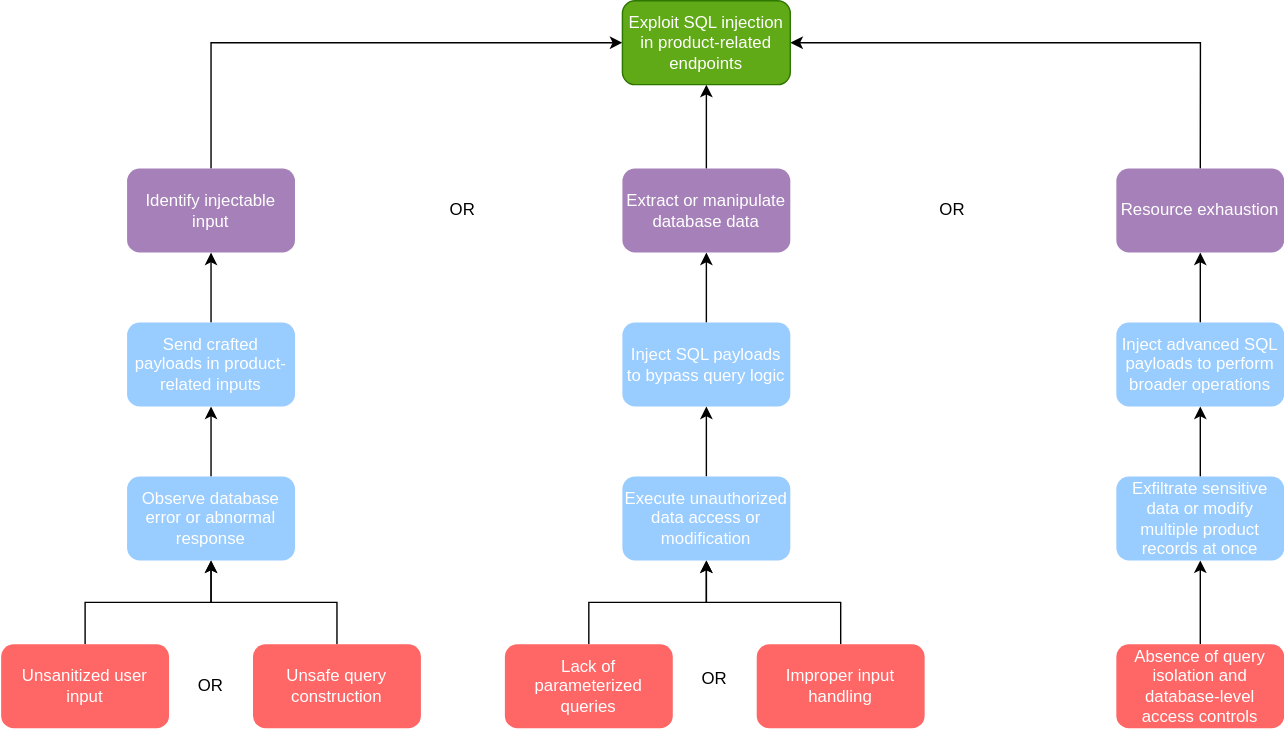
This is docs/attack-trees/joao1220663/svg/Code_Injection_Product_Attack_Tree.drawio.svg from mei-desofs/desofs2026-thu_crr_1, a draw.io export, as it was before one commit. Source tidied: cells renumbered, new cells last; positions are measured from the earlier drawing's top-left corner, leaving out a move shared by most shapes.
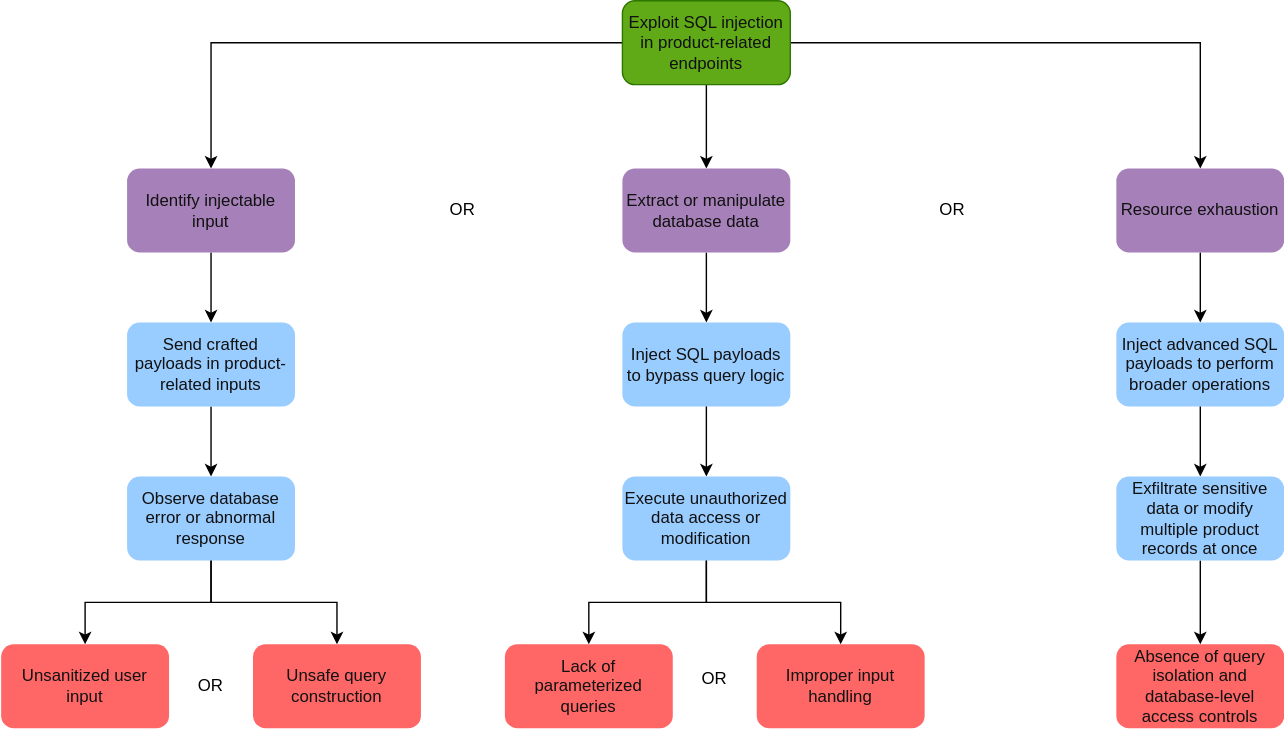
Above is the later version.

What changed in the source:
```diff
@@ -2,70 +2,68 @@
   <root>
     <mxCell id="0" />
     <mxCell id="1" parent="0" />
-    <mxCell id="2" style="edgeStyle=orthogonalEdgeStyle;rounded=0;jettySize=auto;html=1;exitX=0.5;exitY=0;exitDx=0;exitDy=0;entryX=0;entryY=0.5;entryDx=0;entryDy=0;" parent="1" edge="1" source="10" target="9">
+    <mxCell id="2" style="edgeStyle=orthogonalEdgeStyle;rounded=0;jettySize=auto;html=1;exitX=0;exitY=0.5;exitDx=0;exitDy=0;entryX=0.5;entryY=0;entryDx=0;entryDy=0;" parent="1" edge="1" source="9" target="10">
       <mxGeometry relative="1" as="geometry">
         <Array as="points">
           <mxPoint x="150" y="30" />
         </Array>
       </mxGeometry>
     </mxCell>
-    <mxCell id="3" style="edgeStyle=orthogonalEdgeStyle;rounded=0;jettySize=auto;html=1;exitX=0.5;exitY=0;exitDx=0;exitDy=0;entryX=0.5;entryY=1;entryDx=0;entryDy=0;" parent="1" edge="1" source="11" target="9">
+    <mxCell id="3" style="edgeStyle=orthogonalEdgeStyle;rounded=0;jettySize=auto;html=1;exitX=0.5;exitY=1;exitDx=0;exitDy=0;entryX=0.5;entryY=0;entryDx=0;entryDy=0;" parent="1" edge="1" source="9" target="11">
       <mxGeometry relative="1" as="geometry" />
     </mxCell>
-    <mxCell id="4" style="edgeStyle=orthogonalEdgeStyle;rounded=0;jettySize=auto;html=1;exitX=0.5;exitY=0;exitDx=0;exitDy=0;entryX=1;entryY=0.5;entryDx=0;entryDy=0;" parent="1" edge="1" source="12" target="9">
+    <mxCell id="4" style="edgeStyle=orthogonalEdgeStyle;rounded=0;jettySize=auto;html=1;exitX=1;exitY=0.5;exitDx=0;exitDy=0;entryX=0.5;entryY=0;entryDx=0;entryDy=0;" parent="1" edge="1" source="9" target="12">
       <mxGeometry relative="1" as="geometry" />
     </mxCell>
-    <mxCell id="5" style="edgeStyle=orthogonalEdgeStyle;rounded=0;jettySize=auto;html=1;exitX=0.5;exitY=0;exitDx=0;exitDy=0;" parent="1" edge="1" source="13">
-      <mxGeometry relative="1" as="geometry">
-        <mxPoint x="150" y="180" as="targetPoint" />
-      </mxGeometry>
+    <mxCell id="5" style="edgeStyle=orthogonalEdgeStyle;rounded=0;jettySize=auto;html=1;exitX=0.5;exitY=1;exitDx=0;exitDy=0;entryX=0.5;entryY=0;entryDx=0;entryDy=0;" parent="1" edge="1" source="10" target="13">
+      <mxGeometry relative="1" as="geometry" />
     </mxCell>
-    <mxCell id="6" style="edgeStyle=orthogonalEdgeStyle;rounded=0;jettySize=auto;html=1;exitX=0.5;exitY=0;exitDx=0;exitDy=0;entryX=0.5;entryY=1;entryDx=0;entryDy=0;exitPerimeter=0;" parent="1" edge="1" source="24" target="13">
+    <mxCell id="6" style="edgeStyle=orthogonalEdgeStyle;rounded=0;jettySize=auto;html=1;exitX=0.5;exitY=1;exitDx=0;exitDy=0;entryX=0.5;entryY=0;entryDx=0;entryDy=0;" parent="1" edge="1" source="13" target="24">
       <mxGeometry relative="1" as="geometry" />
     </mxCell>
-    <mxCell id="7" style="edgeStyle=orthogonalEdgeStyle;rounded=0;jettySize=auto;html=1;exitX=0.5;exitY=0;exitDx=0;exitDy=0;entryX=0.5;entryY=1;entryDx=0;entryDy=0;" parent="1" edge="1" source="14" target="11">
+    <mxCell id="7" style="edgeStyle=orthogonalEdgeStyle;rounded=0;jettySize=auto;html=1;exitX=0.5;exitY=1;exitDx=0;exitDy=0;entryX=0.5;entryY=0;entryDx=0;entryDy=0;" parent="1" edge="1" source="11" target="14">
       <mxGeometry relative="1" as="geometry" />
     </mxCell>
-    <mxCell id="8" style="edgeStyle=orthogonalEdgeStyle;rounded=0;jettySize=auto;html=1;exitX=0.5;exitY=0;exitDx=0;exitDy=0;entryX=0.5;entryY=1;entryDx=0;entryDy=0;" parent="1" edge="1" source="15" target="12">
+    <mxCell id="8" style="edgeStyle=orthogonalEdgeStyle;rounded=0;jettySize=auto;html=1;exitX=0.5;exitY=1;exitDx=0;exitDy=0;entryX=0.5;entryY=0;entryDx=0;entryDy=0;" parent="1" edge="1" source="12" target="15">
       <mxGeometry relative="1" as="geometry" />
     </mxCell>
-    <mxCell id="9" value="Exploit SQL injection in product-related endpoints" style="rounded=1;whiteSpace=wrap;html=1;fillColor=#60a917;fontColor=#ffffff;strokeColor=#2D7600;" parent="1" vertex="1">
+    <mxCell id="9" value="Exploit SQL injection in product-related endpoints" style="rounded=1;whiteSpace=wrap;html=1;fillColor=#60a917;fontColor=#111111;strokeColor=#2D7600;" parent="1" vertex="1">
       <mxGeometry x="444" width="120" height="60" as="geometry" />
     </mxCell>
-    <mxCell id="10" value="Identify injectable input" style="rounded=1;whiteSpace=wrap;html=1;fillColor=#A680B8;fontColor=#FFFFFF;strokeColor=none;" parent="1" vertex="1">
+    <mxCell id="10" value="Identify injectable input" style="rounded=1;whiteSpace=wrap;html=1;fillColor=#A680B8;fontColor=#111111;strokeColor=none;" parent="1" vertex="1">
       <mxGeometry x="90" y="120" width="120" height="60" as="geometry" />
     </mxCell>
-    <mxCell id="11" value="Extract or manipulate database data" style="rounded=1;whiteSpace=wrap;html=1;fillColor=#A680B8;fontColor=#FFFFFF;strokeColor=none;" parent="1" vertex="1">
+    <mxCell id="11" value="Extract or manipulate database data" style="rounded=1;whiteSpace=wrap;html=1;fillColor=#A680B8;fontColor=#111111;strokeColor=none;" parent="1" vertex="1">
       <mxGeometry x="444" y="120" width="120" height="60" as="geometry" />
     </mxCell>
-    <mxCell id="12" value="Resource exhaustion" style="rounded=1;whiteSpace=wrap;html=1;fillColor=#A680B8;fontColor=#FFFFFF;strokeColor=none;" parent="1" vertex="1">
+    <mxCell id="12" value="Resource exhaustion" style="rounded=1;whiteSpace=wrap;html=1;fillColor=#A680B8;fontColor=#111111;strokeColor=none;" parent="1" vertex="1">
       <mxGeometry x="797" y="120" width="120" height="60" as="geometry" />
     </mxCell>
-    <mxCell id="13" value="&lt;div style=&quot;&quot;&gt;Send crafted payloads in product-related inputs&lt;/div&gt;" style="rounded=1;whiteSpace=wrap;html=1;fillColor=#99CCFF;align=center;fontColor=#FFFFFF;strokeColor=none;" parent="1" vertex="1">
+    <mxCell id="13" value="&lt;div style=&quot;&quot;&gt;Send crafted payloads in product-related inputs&lt;/div&gt;" style="rounded=1;whiteSpace=wrap;html=1;fillColor=#99CCFF;align=center;fontColor=#111111;strokeColor=none;" parent="1" vertex="1">
       <mxGeometry x="90" y="230" width="120" height="60" as="geometry" />
     </mxCell>
-    <mxCell id="14" value="Inject SQL payloads to bypass query logic" style="rounded=1;whiteSpace=wrap;html=1;fillColor=#99CCFF;fontColor=#FFFFFF;strokeColor=none;" parent="1" vertex="1">
+    <mxCell id="14" value="Inject SQL payloads to bypass query logic" style="rounded=1;whiteSpace=wrap;html=1;fillColor=#99CCFF;fontColor=#111111;strokeColor=none;" parent="1" vertex="1">
       <mxGeometry x="444" y="230" width="120" height="60" as="geometry" />
     </mxCell>
-    <mxCell id="15" value="Inject advanced SQL payloads to perform broader operations" style="rounded=1;whiteSpace=wrap;html=1;fillColor=#99CCFF;fontColor=#FFFFFF;strokeColor=none;" parent="1" vertex="1">
+    <mxCell id="15" value="Inject advanced SQL payloads to perform broader operations" style="rounded=1;whiteSpace=wrap;html=1;fillColor=#99CCFF;fontColor=#111111;strokeColor=none;" parent="1" vertex="1">
       <mxGeometry x="797" y="230" width="120" height="60" as="geometry" />
     </mxCell>
-    <mxCell id="16" style="edgeStyle=orthogonalEdgeStyle;rounded=0;jettySize=auto;html=1;exitX=0.5;exitY=0;exitDx=0;exitDy=0;entryX=0.5;entryY=1;entryDx=0;entryDy=0;" parent="1" edge="1" source="17" target="24">
+    <mxCell id="16" style="edgeStyle=orthogonalEdgeStyle;rounded=0;jettySize=auto;html=1;exitX=0.5;exitY=1;exitDx=0;exitDy=0;entryX=0.5;entryY=0;entryDx=0;entryDy=0;" parent="1" edge="1" source="24" target="17">
       <mxGeometry relative="1" as="geometry" />
     </mxCell>
-    <mxCell id="17" value="Unsanitized user input" style="rounded=1;whiteSpace=wrap;html=1;fillColor=#FF6666;fontColor=#FFFFFF;strokeColor=none;" parent="1" vertex="1">
+    <mxCell id="17" value="Unsanitized user input" style="rounded=1;whiteSpace=wrap;html=1;fillColor=#FF6666;fontColor=#111111;strokeColor=none;" parent="1" vertex="1">
       <mxGeometry y="460" width="120" height="60" as="geometry" />
     </mxCell>
-    <mxCell id="18" style="edgeStyle=orthogonalEdgeStyle;rounded=0;jettySize=auto;html=1;exitX=0.5;exitY=0;exitDx=0;exitDy=0;entryX=0.5;entryY=1;entryDx=0;entryDy=0;" parent="1" edge="1" source="19" target="29">
+    <mxCell id="18" style="edgeStyle=orthogonalEdgeStyle;rounded=0;jettySize=auto;html=1;exitX=0.5;exitY=1;exitDx=0;exitDy=0;entryX=0.5;entryY=0;entryDx=0;entryDy=0;" parent="1" edge="1" source="29" target="19">
       <mxGeometry relative="1" as="geometry" />
     </mxCell>
-    <mxCell id="19" value="Lack of parameterized queries" style="rounded=1;whiteSpace=wrap;html=1;fillColor=#FF6666;fontColor=#FFFFFF;strokeColor=none;" parent="1" vertex="1">
+    <mxCell id="19" value="Lack of parameterized queries" style="rounded=1;whiteSpace=wrap;html=1;fillColor=#FF6666;fontColor=#111111;strokeColor=none;" parent="1" vertex="1">
       <mxGeometry x="360" y="460" width="120" height="60" as="geometry" />
     </mxCell>
-    <mxCell id="20" style="edgeStyle=orthogonalEdgeStyle;rounded=0;jettySize=auto;html=1;exitX=0.5;exitY=0;exitDx=0;exitDy=0;entryX=0.5;entryY=1;entryDx=0;entryDy=0;" parent="1" edge="1" source="21" target="31">
+    <mxCell id="20" style="edgeStyle=orthogonalEdgeStyle;rounded=0;jettySize=auto;html=1;exitX=0.5;exitY=1;exitDx=0;exitDy=0;entryX=0.5;entryY=0;entryDx=0;entryDy=0;labelBackgroundColor=none;" parent="1" edge="1" source="31" target="21">
       <mxGeometry relative="1" as="geometry" />
     </mxCell>
-    <mxCell id="21" value="Absence of query isolation and database-level access controls" style="rounded=1;whiteSpace=wrap;html=1;fillColor=#FF6666;fontColor=#FFFFFF;strokeColor=none;" parent="1" vertex="1">
+    <mxCell id="21" value="Absence of query isolation and database-level access controls" style="rounded=1;whiteSpace=wrap;html=1;fillColor=#FF6666;fontColor=#111111;strokeColor=none;" parent="1" vertex="1">
       <mxGeometry x="797" y="460" width="120" height="60" as="geometry" />
     </mxCell>
     <mxCell id="22" value="OR" style="text;html=1;whiteSpace=wrap;strokeColor=none;fillColor=none;align=center;verticalAlign=middle;rounded=0;" parent="1" vertex="1">
@@ -74,34 +72,34 @@
     <mxCell id="23" value="OR" style="text;html=1;whiteSpace=wrap;strokeColor=none;fillColor=none;align=center;verticalAlign=middle;rounded=0;" parent="1" vertex="1">
       <mxGeometry x="650" y="135" width="60" height="30" as="geometry" />
     </mxCell>
-    <mxCell id="24" value="&lt;div style=&quot;&quot;&gt;Observe database error or abnormal response&lt;/div&gt;" style="rounded=1;whiteSpace=wrap;html=1;fillColor=#99CCFF;align=center;fontColor=#FFFFFF;strokeColor=none;" parent="1" vertex="1">
+    <mxCell id="24" value="&lt;div style=&quot;&quot;&gt;Observe database error or abnormal response&lt;/div&gt;" style="rounded=1;whiteSpace=wrap;html=1;fillColor=#99CCFF;align=center;fontColor=#111111;strokeColor=none;" parent="1" vertex="1">
       <mxGeometry x="90" y="340" width="120" height="60" as="geometry" />
     </mxCell>
-    <mxCell id="25" style="edgeStyle=orthogonalEdgeStyle;rounded=0;jettySize=auto;html=1;exitX=0.5;exitY=0;exitDx=0;exitDy=0;entryX=0.5;entryY=1;entryDx=0;entryDy=0;" parent="1" edge="1" source="26" target="24">
+    <mxCell id="25" style="edgeStyle=orthogonalEdgeStyle;rounded=0;jettySize=auto;html=1;exitX=0.5;exitY=1;exitDx=0;exitDy=0;entryX=0.5;entryY=0;entryDx=0;entryDy=0;" parent="1" edge="1" source="24" target="26">
       <mxGeometry relative="1" as="geometry" />
     </mxCell>
-    <mxCell id="26" value="Unsafe query construction" style="rounded=1;whiteSpace=wrap;html=1;fillColor=#FF6666;fontColor=#FFFFFF;strokeColor=none;" parent="1" vertex="1">
+    <mxCell id="26" value="Unsafe query construction" style="rounded=1;whiteSpace=wrap;html=1;fillColor=#FF6666;fontColor=#111111;strokeColor=none;" parent="1" vertex="1">
       <mxGeometry x="180" y="460" width="120" height="60" as="geometry" />
     </mxCell>
     <mxCell id="27" value="OR" style="text;html=1;whiteSpace=wrap;strokeColor=none;fillColor=none;align=center;verticalAlign=middle;rounded=0;" parent="1" vertex="1">
       <mxGeometry x="120" y="475" width="60" height="30" as="geometry" />
     </mxCell>
-    <mxCell id="28" style="edgeStyle=orthogonalEdgeStyle;rounded=0;jettySize=auto;html=1;exitX=0.5;exitY=0;exitDx=0;exitDy=0;entryX=0.5;entryY=1;entryDx=0;entryDy=0;" parent="1" edge="1" source="29" target="14">
+    <mxCell id="28" style="edgeStyle=orthogonalEdgeStyle;rounded=0;jettySize=auto;html=1;exitX=0.5;exitY=1;exitDx=0;exitDy=0;entryX=0.5;entryY=0;entryDx=0;entryDy=0;" parent="1" edge="1" source="14" target="29">
       <mxGeometry relative="1" as="geometry" />
     </mxCell>
-    <mxCell id="29" value="&lt;div style=&quot;&quot;&gt;Execute unauthorized data access or modification&lt;/div&gt;" style="rounded=1;whiteSpace=wrap;html=1;fillColor=#99CCFF;align=center;fontColor=#FFFFFF;strokeColor=none;" parent="1" vertex="1">
+    <mxCell id="29" value="&lt;div style=&quot;&quot;&gt;Execute unauthorized data access or modification&lt;/div&gt;" style="rounded=1;whiteSpace=wrap;html=1;fillColor=#99CCFF;align=center;fontColor=#111111;strokeColor=none;" parent="1" vertex="1">
       <mxGeometry x="444" y="340" width="120" height="60" as="geometry" />
     </mxCell>
-    <mxCell id="30" style="edgeStyle=orthogonalEdgeStyle;rounded=0;jettySize=auto;html=1;exitX=0.5;exitY=0;exitDx=0;exitDy=0;entryX=0.5;entryY=1;entryDx=0;entryDy=0;" parent="1" edge="1" source="31" target="15">
+    <mxCell id="30" style="edgeStyle=orthogonalEdgeStyle;rounded=0;jettySize=auto;html=1;exitX=0.5;exitY=1;exitDx=0;exitDy=0;entryX=0.5;entryY=0;entryDx=0;entryDy=0;" parent="1" edge="1" source="15" target="31">
       <mxGeometry relative="1" as="geometry" />
     </mxCell>
-    <mxCell id="31" value="&lt;div style=&quot;&quot;&gt;Exfiltrate sensitive data or modify multiple product records at once&lt;/div&gt;" style="rounded=1;whiteSpace=wrap;html=1;fillColor=#99CCFF;align=center;fontColor=#FFFFFF;strokeColor=none;" parent="1" vertex="1">
+    <mxCell id="31" value="&lt;div style=&quot;&quot;&gt;Exfiltrate sensitive data or modify multiple product records at once&lt;/div&gt;" style="rounded=1;whiteSpace=wrap;html=1;fillColor=#99CCFF;align=center;fontColor=#111111;strokeColor=none;" parent="1" vertex="1">
       <mxGeometry x="797" y="340" width="120" height="60" as="geometry" />
     </mxCell>
-    <mxCell id="32" style="edgeStyle=orthogonalEdgeStyle;rounded=0;jettySize=auto;html=1;exitX=0.5;exitY=0;exitDx=0;exitDy=0;entryX=0.5;entryY=1;entryDx=0;entryDy=0;" parent="1" edge="1" source="33" target="29">
+    <mxCell id="32" style="edgeStyle=orthogonalEdgeStyle;rounded=0;jettySize=auto;html=1;exitX=0.5;exitY=1;exitDx=0;exitDy=0;entryX=0.5;entryY=0;entryDx=0;entryDy=0;" parent="1" edge="1" source="29" target="33">
       <mxGeometry relative="1" as="geometry" />
     </mxCell>
-    <mxCell id="33" value="Improper input handling" style="rounded=1;whiteSpace=wrap;html=1;fillColor=#FF6666;fontColor=#FFFFFF;strokeColor=none;" parent="1" vertex="1">
+    <mxCell id="33" value="Improper input handling" style="rounded=1;whiteSpace=wrap;html=1;fillColor=#FF6666;fontColor=#111111;strokeColor=none;" parent="1" vertex="1">
       <mxGeometry x="540" y="460" width="120" height="60" as="geometry" />
     </mxCell>
     <mxCell id="34" value="OR" style="text;html=1;whiteSpace=wrap;strokeColor=none;fillColor=none;align=center;verticalAlign=middle;rounded=0;" parent="1" vertex="1">
```
